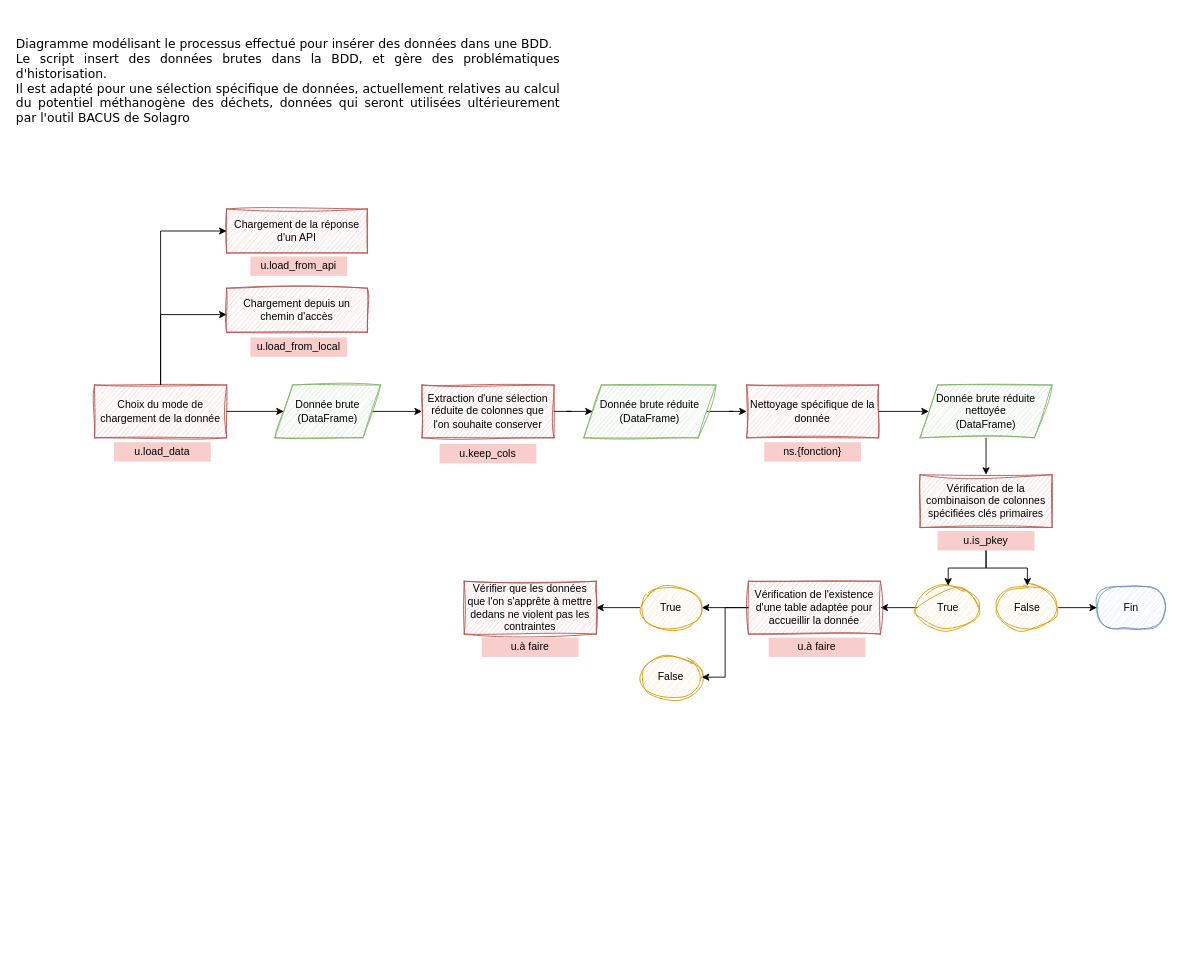
Before: pretraitement_bdd_bacus.drawio in dodviso/solagro_sql_bacus, a draw.io diagram. Source tidied: cells renumbered, new cells numbered last; positions are measured from the earlier drawing's top-left corner, leaving out a move shared by most shapes. Both pictures are drawn from the tidied source at 88%, with x=0, y=0 at pixel (15, 15).
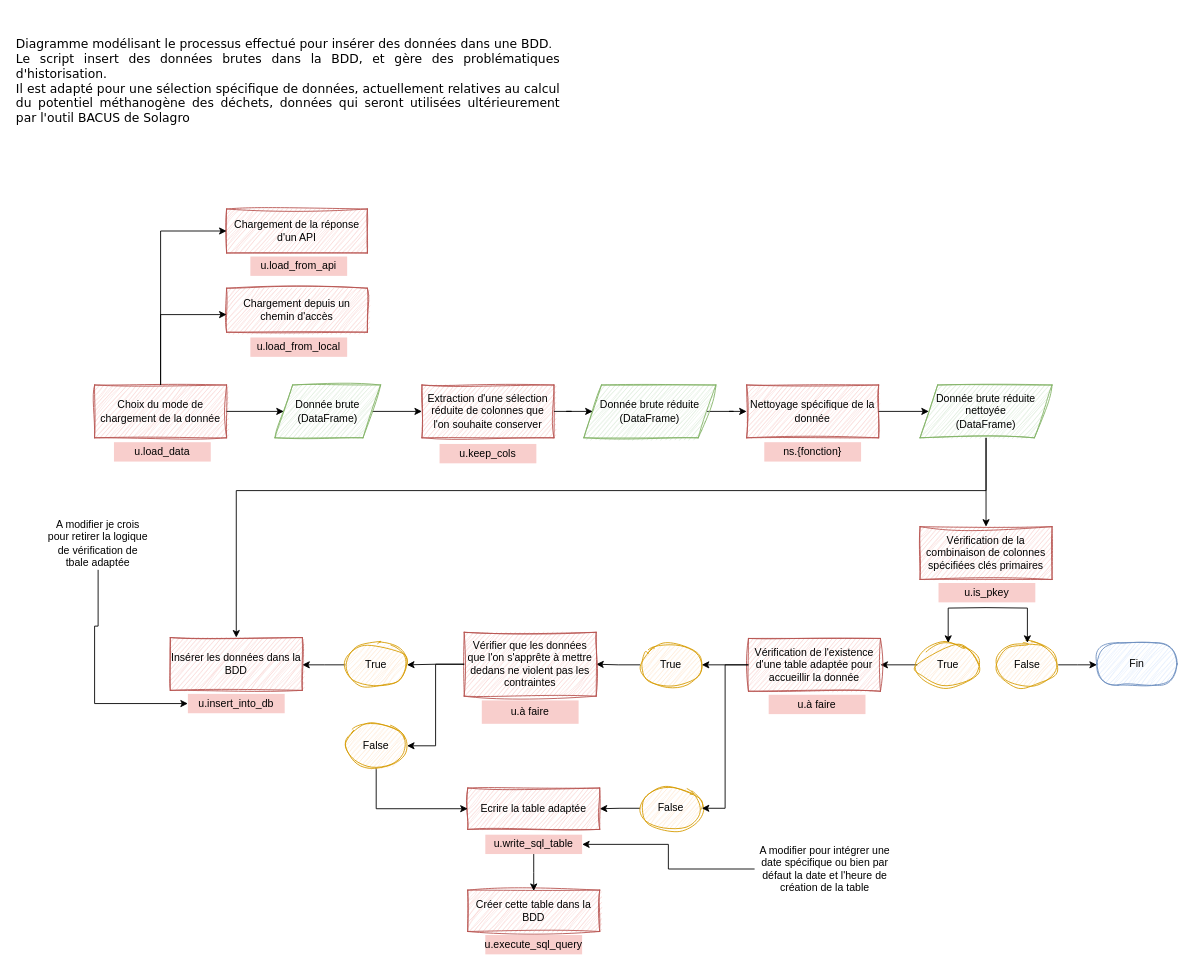
Above is the later version.

Commit message (it also covers changes not shown here):
Mettre à jour pretraitement_bdd_bacus.drawio

Unchanged cells that the change refers to:
```xml
<mxCell id="28" value="&lt;div&gt;Donnée brute réduite&lt;/div&gt;&lt;div&gt;nettoyée &lt;br&gt;&lt;/div&gt;&lt;div&gt;(DataFrame)&lt;br&gt;&lt;/div&gt;" style="shape=parallelogram;perimeter=parallelogramPerimeter;whiteSpace=wrap;html=1;fixedSize=1;fillColor=#d5e8d4;strokeColor=#82b366;sketch=1;curveFitting=1;jiggle=2;" parent="1" vertex="1">
  <mxGeometry x="1028" y="420" width="150" height="60" as="geometry" />
</mxCell>
```

Diff of the diagram source:
```diff
@@
+    <mxCell id="51" style="edgeStyle=orthogonalEdgeStyle;rounded=0;jettySize=auto;html=1;" parent="1" edge="1" source="28" target="64">
+      <mxGeometry relative="1" as="geometry">
+        <Array as="points">
+          <mxPoint x="1103" y="540" />
+          <mxPoint x="251" y="540" />
+        </Array>
+      </mxGeometry>
+    </mxCell>
@@
     <mxCell id="30" style="group;" parent="1" vertex="1">
-      <mxGeometry x="1028" y="522" width="150" height="86" as="geometry" />
+      <mxGeometry x="1028" y="581" width="150" height="86" as="geometry" />
     </mxCell>
@@
     <mxCell id="32" value="u.is_pkey" style="text;html=1;align=center;verticalAlign=middle;whiteSpace=wrap;rounded=0;fillColor=#f8cecc;strokeColor=none;glass=0;shadow=0;" parent="30" vertex="1">
-      <mxGeometry x="20" y="64" width="110" height="22" as="geometry" />
+      <mxGeometry x="21" y="64" width="110" height="22" as="geometry" />
     </mxCell>
@@
     <mxCell id="34" value="True" style="ellipse;whiteSpace=wrap;html=1;fillColor=#ffe6cc;strokeColor=#d79b00;sketch=1;curveFitting=1;jiggle=2;" parent="1" vertex="1">
-      <mxGeometry x="1025" y="648" width="70" height="50" as="geometry" />
+      <mxGeometry x="1025" y="713" width="70" height="50" as="geometry" />
     </mxCell>
-    <mxCell id="35" style="edgeStyle=orthogonalEdgeStyle;rounded=0;jettySize=auto;html=1;" parent="1" edge="1" source="36" target="39">
-      <mxGeometry relative="1" as="geometry" />
+    <mxCell id="35" style="edgeStyle=orthogonalEdgeStyle;rounded=0;jettySize=auto;html=1;" parent="1" edge="1" source="36">
+      <mxGeometry relative="1" as="geometry">
+        <mxPoint x="1229" y="738" as="targetPoint" />
+      </mxGeometry>
     </mxCell>
     <mxCell id="36" value="False" style="ellipse;whiteSpace=wrap;html=1;sketch=1;curveFitting=1;jiggle=2;fillColor=#ffe6cc;strokeColor=#d79b00;" parent="1" vertex="1">
-      <mxGeometry x="1115" y="648" width="70" height="50" as="geometry" />
+      <mxGeometry x="1115" y="713" width="70" height="50" as="geometry" />
     </mxCell>
-    <mxCell id="37" style="edgeStyle=orthogonalEdgeStyle;rounded=0;jettySize=auto;html=1;entryX=0.5;entryY=0;entryDx=0;entryDy=0;" parent="1" edge="1" source="32" target="34">
-      <mxGeometry relative="1" as="geometry" />
+    <mxCell id="37" style="edgeStyle=orthogonalEdgeStyle;rounded=0;jettySize=auto;html=1;entryX=0.5;entryY=0;entryDx=0;entryDy=0;" parent="1" edge="1" target="34">
+      <mxGeometry relative="1" as="geometry">
+        <mxPoint x="1103" y="673" as="sourcePoint" />
+      </mxGeometry>
     </mxCell>
-    <mxCell id="38" style="edgeStyle=orthogonalEdgeStyle;rounded=0;jettySize=auto;html=1;" parent="1" edge="1" source="32" target="36">
-      <mxGeometry relative="1" as="geometry" />
+    <mxCell id="38" style="edgeStyle=orthogonalEdgeStyle;rounded=0;jettySize=auto;html=1;" parent="1" edge="1" target="36">
+      <mxGeometry relative="1" as="geometry">
+        <mxPoint x="1103" y="673" as="sourcePoint" />
+      </mxGeometry>
     </mxCell>
     <mxCell id="39" value="Fin" style="rounded=1;whiteSpace=wrap;html=1;fillColor=#dae8fc;strokeColor=#6c8ebf;sketch=1;curveFitting=1;jiggle=2;arcSize=50;" parent="1" vertex="1">
-      <mxGeometry x="1229" y="649" width="78" height="48" as="geometry" />
+      <mxGeometry x="1229" y="713" width="91" height="48" as="geometry" />
     </mxCell>
     <mxCell id="40" style="group;" parent="1" vertex="1">
-      <mxGeometry x="833" y="643" width="150" height="86" as="geometry" />
+      <mxGeometry x="833" y="708" width="150" height="86" as="geometry" />
     </mxCell>
@@
     <mxCell id="44" value="True" style="ellipse;whiteSpace=wrap;html=1;fillColor=#ffe6cc;strokeColor=#d79b00;sketch=1;curveFitting=1;jiggle=2;" parent="1" vertex="1">
-      <mxGeometry x="710" y="648" width="70" height="50" as="geometry" />
+      <mxGeometry x="710" y="713" width="70" height="50" as="geometry" />
     </mxCell>
+    <mxCell id="52" style="edgeStyle=orthogonalEdgeStyle;rounded=0;jettySize=auto;html=1;entryX=1;entryY=0.5;entryDx=0;entryDy=0;" parent="1" edge="1" source="45" target="54">
+      <mxGeometry relative="1" as="geometry" />
+    </mxCell>
     <mxCell id="45" value="False" style="ellipse;whiteSpace=wrap;html=1;sketch=1;curveFitting=1;jiggle=2;fillColor=#ffe6cc;strokeColor=#d79b00;" parent="1" vertex="1">
-      <mxGeometry x="710" y="727" width="70" height="50" as="geometry" />
+      <mxGeometry x="710" y="876" width="70" height="50" as="geometry" />
     </mxCell>
@@
     <mxCell id="48" style="group;" parent="1" vertex="1">
-      <mxGeometry x="510" y="643" width="150" height="86" as="geometry" />
+      <mxGeometry x="510" y="701" width="150" height="104" as="geometry" />
     </mxCell>
     <mxCell id="49" value="Vérifier que les données que l'on s'apprête à mettre dedans ne violent pas les contraintes" style="rounded=0;whiteSpace=wrap;html=1;fillColor=#f8cecc;strokeColor=#b85450;sketch=1;curveFitting=1;jiggle=2;" parent="48" vertex="1">
-      <mxGeometry width="150" height="60" as="geometry" />
+      <mxGeometry width="150" height="72.6" as="geometry" />
     </mxCell>
     <mxCell id="50" value="u.à faire" style="text;html=1;align=center;verticalAlign=middle;whiteSpace=wrap;rounded=0;fillColor=#f8cecc;strokeColor=none;glass=0;shadow=0;" parent="48" vertex="1">
-      <mxGeometry x="20" y="64" width="110" height="22" as="geometry" />
+      <mxGeometry x="20" y="77.4" width="110" height="26.6" as="geometry" />
     </mxCell>
+    <mxCell id="53" style="group;" parent="1" vertex="1">
+      <mxGeometry x="514" y="878" width="150" height="75" as="geometry" />
+    </mxCell>
+    <mxCell id="54" value="Ecrire la table adaptée" style="rounded=0;whiteSpace=wrap;html=1;fillColor=#f8cecc;strokeColor=#b85450;sketch=1;curveFitting=1;jiggle=2;" parent="53" vertex="1">
+      <mxGeometry width="150" height="47" as="geometry" />
+    </mxCell>
+    <mxCell id="55" value="u.write_sql_table" style="text;html=1;align=center;verticalAlign=middle;whiteSpace=wrap;rounded=0;fillColor=#f8cecc;strokeColor=none;glass=0;shadow=0;" parent="53" vertex="1">
+      <mxGeometry x="20" y="53" width="110" height="22" as="geometry" />
+    </mxCell>
+    <mxCell id="56" style="edgeStyle=orthogonalEdgeStyle;rounded=0;jettySize=auto;html=1;" parent="1" edge="1" source="57" target="55">
+      <mxGeometry relative="1" as="geometry" />
+    </mxCell>
+    <mxCell id="57" value="A modifier pour intégrer une date spécifique ou bien par défaut la date et l'heure de création de la table" style="text;html=1;align=center;verticalAlign=middle;whiteSpace=wrap;rounded=0;" parent="1" vertex="1">
+      <mxGeometry x="840" y="935" width="160" height="70" as="geometry" />
+    </mxCell>
+    <mxCell id="58" style="edgeStyle=orthogonalEdgeStyle;rounded=0;jettySize=auto;html=1;entryX=1;entryY=0.5;entryDx=0;entryDy=0;" parent="1" edge="1" source="59">
+      <mxGeometry relative="1" as="geometry">
+        <mxPoint x="326" y="738" as="targetPoint" />
+      </mxGeometry>
+    </mxCell>
+    <mxCell id="59" value="True" style="ellipse;whiteSpace=wrap;html=1;fillColor=#ffe6cc;strokeColor=#d79b00;sketch=1;curveFitting=1;jiggle=2;" parent="1" vertex="1">
+      <mxGeometry x="375" y="713" width="70" height="50" as="geometry" />
+    </mxCell>
+    <mxCell id="60" style="edgeStyle=orthogonalEdgeStyle;rounded=0;jettySize=auto;html=1;entryX=0;entryY=0.5;entryDx=0;entryDy=0;" parent="1" edge="1" source="61" target="54">
+      <mxGeometry relative="1" as="geometry">
+        <Array as="points">
+          <mxPoint x="410" y="902" />
+        </Array>
+      </mxGeometry>
+    </mxCell>
+    <mxCell id="61" value="False" style="ellipse;whiteSpace=wrap;html=1;sketch=1;curveFitting=1;jiggle=2;fillColor=#ffe6cc;strokeColor=#d79b00;" parent="1" vertex="1">
+      <mxGeometry x="375" y="805" width="70" height="50" as="geometry" />
+    </mxCell>
+    <mxCell id="62" style="edgeStyle=orthogonalEdgeStyle;rounded=0;jettySize=auto;html=1;" parent="1" edge="1" source="49" target="59">
+      <mxGeometry relative="1" as="geometry" />
+    </mxCell>
+    <mxCell id="63" style="group;" parent="1" vertex="1">
+      <mxGeometry x="176" y="707" width="150" height="86" as="geometry" />
+    </mxCell>
+    <mxCell id="64" value="Insérer les données dans la BDD" style="rounded=0;whiteSpace=wrap;html=1;fillColor=#f8cecc;strokeColor=#b85450;sketch=1;curveFitting=1;jiggle=2;" parent="63" vertex="1">
+      <mxGeometry width="150" height="60" as="geometry" />
+    </mxCell>
+    <mxCell id="65" value="u.insert_into_db" style="text;html=1;align=center;verticalAlign=middle;whiteSpace=wrap;rounded=0;fillColor=#f8cecc;strokeColor=none;glass=0;shadow=0;" parent="63" vertex="1">
+      <mxGeometry x="20" y="64" width="110" height="22" as="geometry" />
+    </mxCell>
+    <mxCell id="66" style="edgeStyle=orthogonalEdgeStyle;rounded=0;jettySize=auto;html=1;exitX=0.5;exitY=1;exitDx=0;exitDy=0;" parent="1" edge="1" source="67" target="65">
+      <mxGeometry relative="1" as="geometry">
+        <Array as="points">
+          <mxPoint x="94" y="694" />
+          <mxPoint x="90" y="694" />
+          <mxPoint x="90" y="782" />
+        </Array>
+      </mxGeometry>
+    </mxCell>
+    <mxCell id="67" value="A modifier je crois pour retirer la logique de vérification de tbale adaptée" style="text;html=1;align=center;verticalAlign=middle;whiteSpace=wrap;rounded=0;" parent="1" vertex="1">
+      <mxGeometry x="34" y="570" width="120" height="60" as="geometry" />
+    </mxCell>
+    <mxCell id="68" style="edgeStyle=orthogonalEdgeStyle;rounded=0;jettySize=auto;html=1;entryX=1;entryY=0.5;entryDx=0;entryDy=0;" parent="1" edge="1" source="49" target="61">
+      <mxGeometry relative="1" as="geometry" />
+    </mxCell>
+    <mxCell id="69" value="Créer cette table dans la BDD" style="rounded=0;whiteSpace=wrap;html=1;fillColor=#f8cecc;strokeColor=#b85450;sketch=1;curveFitting=1;jiggle=2;" parent="1" vertex="1">
+      <mxGeometry x="514" y="994" width="150" height="47" as="geometry" />
+    </mxCell>
+    <mxCell id="70" value="u.execute_sql_query" style="text;html=1;align=center;verticalAlign=middle;whiteSpace=wrap;rounded=0;fillColor=#f8cecc;strokeColor=none;glass=0;shadow=0;" parent="1" vertex="1">
+      <mxGeometry x="534" y="1045" width="110" height="22" as="geometry" />
+    </mxCell>
+    <mxCell id="71" style="edgeStyle=orthogonalEdgeStyle;rounded=0;jettySize=auto;html=1;entryX=0.5;entryY=0;entryDx=0;entryDy=0;" parent="1" edge="1" source="55">
+      <mxGeometry relative="1" as="geometry">
+        <mxPoint x="589" y="995" as="targetPoint" />
+      </mxGeometry>
+    </mxCell>
```
